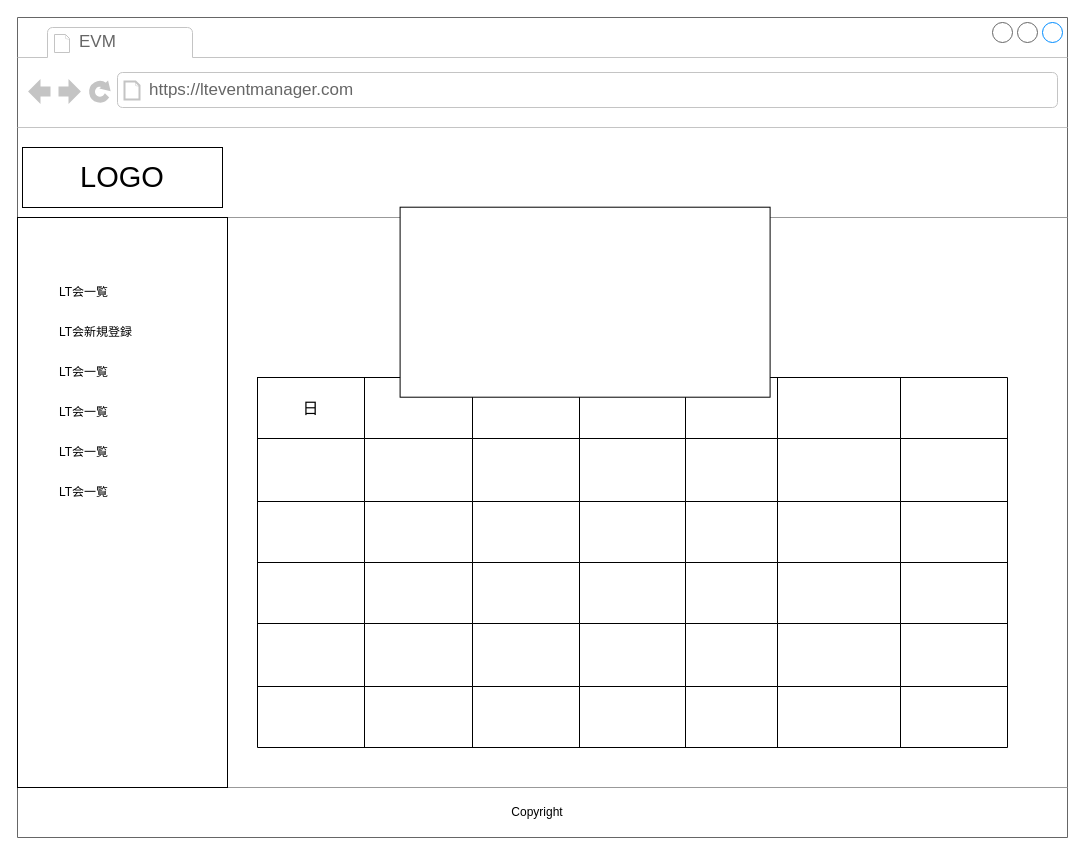
dt-torachan/lteventmanager keeps this draw.io diagram as documents/名称未設定ファイル.drawio. Above is the earlier version. Source tidied: cells renumbered, new cells numbered last; positions are measured from the earlier drawing's top-left corner, leaving out a move shared by most shapes. Both pictures are drawn from the tidied source at 100%, with x=0, y=0 at pixel (17, 17).
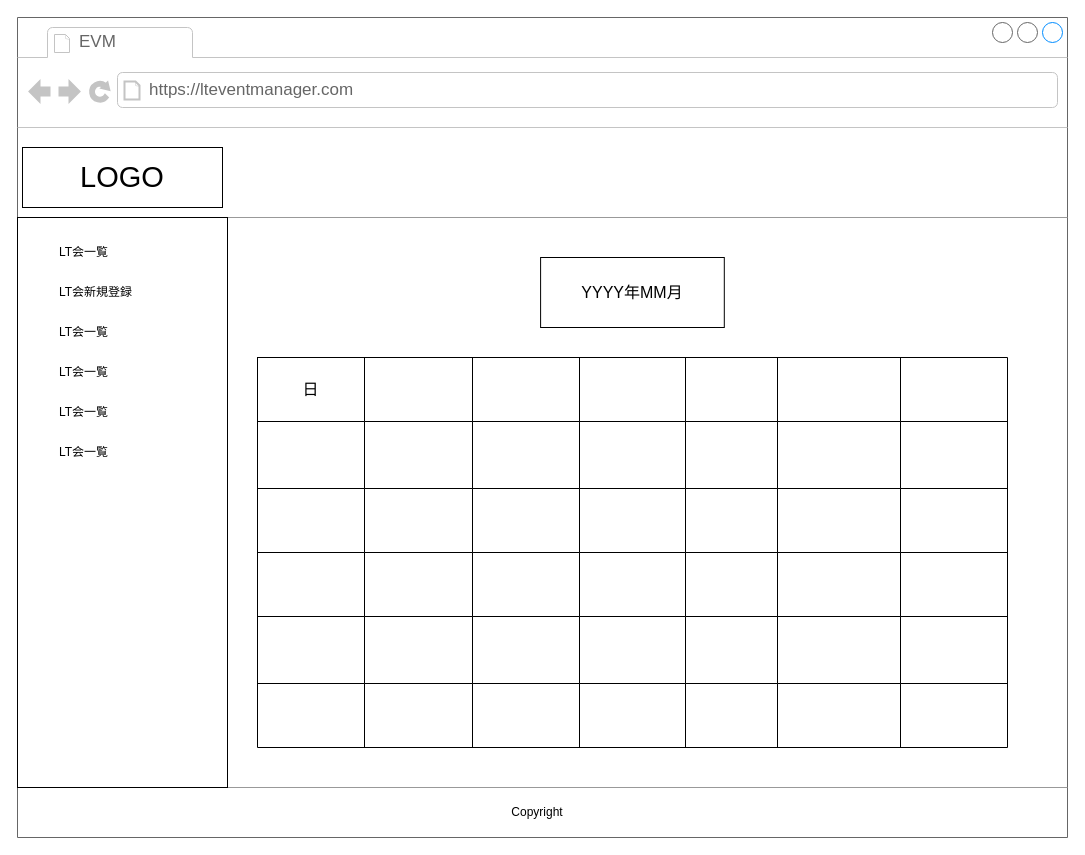
The same page after the edit.

Commit message:
名称未設定ファイル.drawio を更新します

Change to the diagram source:
```diff
@@
     <mxCell id="3" style="shape=table;startSize=0;childLayout=tableLayout;fontSize=16;" parent="1" vertex="1">
-      <mxGeometry x="240" y="360" width="750" height="370" as="geometry" />
+      <mxGeometry x="240" y="340" width="750" height="390" as="geometry" />
     </mxCell>
     <mxCell id="4" style="shape=tableRow;horizontal=0;startSize=0;swimlaneHead=0;swimlaneBody=0;strokeColor=inherit;top=0;left=0;bottom=0;right=0;fillColor=none;fontSize=16;" parent="3" vertex="1">
-      <mxGeometry width="750" height="61" as="geometry" />
+      <mxGeometry width="750" height="64" as="geometry" />
     </mxCell>
     <mxCell id="5" value="日" style="shape=partialRectangle;html=1;whiteSpace=wrap;strokeColor=inherit;overflow=hidden;fillColor=none;top=0;left=0;bottom=0;right=0;fontSize=16;" parent="4" vertex="1">
-      <mxGeometry width="107" height="61" as="geometry" />
+      <mxGeometry width="107" height="64" as="geometry" />
     </mxCell>
     <mxCell id="6" style="shape=partialRectangle;html=1;whiteSpace=wrap;strokeColor=inherit;overflow=hidden;fillColor=none;top=0;left=0;bottom=0;right=0;fontSize=16;" parent="4" vertex="1">
-      <mxGeometry x="107" width="108" height="61" as="geometry" />
+      <mxGeometry x="107" width="108" height="64" as="geometry" />
     </mxCell>
     <mxCell id="7" style="shape=partialRectangle;html=1;whiteSpace=wrap;strokeColor=inherit;overflow=hidden;fillColor=none;top=0;left=0;bottom=0;right=0;fontSize=16;" parent="4" vertex="1">
-      <mxGeometry x="215" width="107" height="61" as="geometry" />
+      <mxGeometry x="215" width="107" height="64" as="geometry" />
     </mxCell>
     <mxCell id="8" style="shape=partialRectangle;html=1;whiteSpace=wrap;strokeColor=inherit;overflow=hidden;fillColor=none;top=0;left=0;bottom=0;right=0;fontSize=16;" parent="4" vertex="1">
-      <mxGeometry x="322" width="106" height="61" as="geometry" />
+      <mxGeometry x="322" width="106" height="64" as="geometry" />
     </mxCell>
     <mxCell id="9" style="shape=partialRectangle;html=1;whiteSpace=wrap;strokeColor=inherit;overflow=hidden;fillColor=none;top=0;left=0;bottom=0;right=0;fontSize=16;" parent="4" vertex="1">
-      <mxGeometry x="428" width="92" height="61" as="geometry" />
+      <mxGeometry x="428" width="92" height="64" as="geometry" />
     </mxCell>
     <mxCell id="10" style="shape=partialRectangle;html=1;whiteSpace=wrap;strokeColor=inherit;overflow=hidden;fillColor=none;top=0;left=0;bottom=0;right=0;fontSize=16;" parent="4" vertex="1">
-      <mxGeometry x="520" width="123" height="61" as="geometry" />
+      <mxGeometry x="520" width="123" height="64" as="geometry" />
     </mxCell>
     <mxCell id="11" style="shape=partialRectangle;html=1;whiteSpace=wrap;strokeColor=inherit;overflow=hidden;fillColor=none;top=0;left=0;bottom=0;right=0;fontSize=16;" parent="4" vertex="1">
-      <mxGeometry x="643" width="107" height="61" as="geometry" />
+      <mxGeometry x="643" width="107" height="64" as="geometry" />
     </mxCell>
     <mxCell id="12" style="shape=tableRow;horizontal=0;startSize=0;swimlaneHead=0;swimlaneBody=0;strokeColor=inherit;top=0;left=0;bottom=0;right=0;fillColor=none;fontSize=16;" parent="3" vertex="1">
-      <mxGeometry y="61" width="750" height="63" as="geometry" />
+      <mxGeometry y="64" width="750" height="67" as="geometry" />
     </mxCell>
     <mxCell id="13" style="shape=partialRectangle;html=1;whiteSpace=wrap;strokeColor=inherit;overflow=hidden;fillColor=none;top=0;left=0;bottom=0;right=0;fontSize=16;" parent="12" vertex="1">
-      <mxGeometry width="107" height="63" as="geometry" />
+      <mxGeometry width="107" height="67" as="geometry" />
     </mxCell>
     <mxCell id="14" style="shape=partialRectangle;html=1;whiteSpace=wrap;strokeColor=inherit;overflow=hidden;fillColor=none;top=0;left=0;bottom=0;right=0;fontSize=16;" parent="12" vertex="1">
-      <mxGeometry x="107" width="108" height="63" as="geometry" />
+      <mxGeometry x="107" width="108" height="67" as="geometry" />
     </mxCell>
     <mxCell id="15" style="shape=partialRectangle;html=1;whiteSpace=wrap;strokeColor=inherit;overflow=hidden;fillColor=none;top=0;left=0;bottom=0;right=0;fontSize=16;" parent="12" vertex="1">
-      <mxGeometry x="215" width="107" height="63" as="geometry" />
+      <mxGeometry x="215" width="107" height="67" as="geometry" />
     </mxCell>
     <mxCell id="16" style="shape=partialRectangle;html=1;whiteSpace=wrap;strokeColor=inherit;overflow=hidden;fillColor=none;top=0;left=0;bottom=0;right=0;fontSize=16;" parent="12" vertex="1">
-      <mxGeometry x="322" width="106" height="63" as="geometry" />
+      <mxGeometry x="322" width="106" height="67" as="geometry" />
     </mxCell>
     <mxCell id="17" style="shape=partialRectangle;html=1;whiteSpace=wrap;strokeColor=inherit;overflow=hidden;fillColor=none;top=0;left=0;bottom=0;right=0;fontSize=16;" parent="12" vertex="1">
-      <mxGeometry x="428" width="92" height="63" as="geometry" />
+      <mxGeometry x="428" width="92" height="67" as="geometry" />
     </mxCell>
     <mxCell id="18" style="shape=partialRectangle;html=1;whiteSpace=wrap;strokeColor=inherit;overflow=hidden;fillColor=none;top=0;left=0;bottom=0;right=0;fontSize=16;" parent="12" vertex="1">
-      <mxGeometry x="520" width="123" height="63" as="geometry" />
+      <mxGeometry x="520" width="123" height="67" as="geometry" />
     </mxCell>
     <mxCell id="19" style="shape=partialRectangle;html=1;whiteSpace=wrap;strokeColor=inherit;overflow=hidden;fillColor=none;top=0;left=0;bottom=0;right=0;fontSize=16;" parent="12" vertex="1">
-      <mxGeometry x="643" width="107" height="63" as="geometry" />
+      <mxGeometry x="643" width="107" height="67" as="geometry" />
     </mxCell>
     <mxCell id="20" style="shape=tableRow;horizontal=0;startSize=0;swimlaneHead=0;swimlaneBody=0;strokeColor=inherit;top=0;left=0;bottom=0;right=0;fillColor=none;fontSize=16;" parent="3" vertex="1">
-      <mxGeometry y="124" width="750" height="61" as="geometry" />
+      <mxGeometry y="131" width="750" height="64" as="geometry" />
     </mxCell>
     <mxCell id="21" style="shape=partialRectangle;html=1;whiteSpace=wrap;strokeColor=inherit;overflow=hidden;fillColor=none;top=0;left=0;bottom=0;right=0;fontSize=16;" parent="20" vertex="1">
-      <mxGeometry width="107" height="61" as="geometry" />
+      <mxGeometry width="107" height="64" as="geometry" />
     </mxCell>
     <mxCell id="22" style="shape=partialRectangle;html=1;whiteSpace=wrap;strokeColor=inherit;overflow=hidden;fillColor=none;top=0;left=0;bottom=0;right=0;fontSize=16;" parent="20" vertex="1">
-      <mxGeometry x="107" width="108" height="61" as="geometry" />
+      <mxGeometry x="107" width="108" height="64" as="geometry" />
     </mxCell>
     <mxCell id="23" style="shape=partialRectangle;html=1;whiteSpace=wrap;strokeColor=inherit;overflow=hidden;fillColor=none;top=0;left=0;bottom=0;right=0;fontSize=16;" parent="20" vertex="1">
-      <mxGeometry x="215" width="107" height="61" as="geometry" />
+      <mxGeometry x="215" width="107" height="64" as="geometry" />
     </mxCell>
     <mxCell id="24" style="shape=partialRectangle;html=1;whiteSpace=wrap;strokeColor=inherit;overflow=hidden;fillColor=none;top=0;left=0;bottom=0;right=0;fontSize=16;" parent="20" vertex="1">
-      <mxGeometry x="322" width="106" height="61" as="geometry" />
+      <mxGeometry x="322" width="106" height="64" as="geometry" />
     </mxCell>
     <mxCell id="25" style="shape=partialRectangle;html=1;whiteSpace=wrap;strokeColor=inherit;overflow=hidden;fillColor=none;top=0;left=0;bottom=0;right=0;fontSize=16;" parent="20" vertex="1">
-      <mxGeometry x="428" width="92" height="61" as="geometry" />
+      <mxGeometry x="428" width="92" height="64" as="geometry" />
     </mxCell>
     <mxCell id="26" style="shape=partialRectangle;html=1;whiteSpace=wrap;strokeColor=inherit;overflow=hidden;fillColor=none;top=0;left=0;bottom=0;right=0;fontSize=16;" parent="20" vertex="1">
-      <mxGeometry x="520" width="123" height="61" as="geometry" />
+      <mxGeometry x="520" width="123" height="64" as="geometry" />
     </mxCell>
     <mxCell id="27" style="shape=partialRectangle;html=1;whiteSpace=wrap;strokeColor=inherit;overflow=hidden;fillColor=none;top=0;left=0;bottom=0;right=0;fontSize=16;" parent="20" vertex="1">
-      <mxGeometry x="643" width="107" height="61" as="geometry" />
+      <mxGeometry x="643" width="107" height="64" as="geometry" />
     </mxCell>
     <mxCell id="28" style="shape=tableRow;horizontal=0;startSize=0;swimlaneHead=0;swimlaneBody=0;strokeColor=inherit;top=0;left=0;bottom=0;right=0;fillColor=none;fontSize=16;" parent="3" vertex="1">
-      <mxGeometry y="185" width="750" height="61" as="geometry" />
+      <mxGeometry y="195" width="750" height="64" as="geometry" />
     </mxCell>
     <mxCell id="29" style="shape=partialRectangle;html=1;whiteSpace=wrap;strokeColor=inherit;overflow=hidden;fillColor=none;top=0;left=0;bottom=0;right=0;fontSize=16;" parent="28" vertex="1">
-      <mxGeometry width="107" height="61" as="geometry" />
+      <mxGeometry width="107" height="64" as="geometry" />
     </mxCell>
     <mxCell id="30" style="shape=partialRectangle;html=1;whiteSpace=wrap;strokeColor=inherit;overflow=hidden;fillColor=none;top=0;left=0;bottom=0;right=0;fontSize=16;" parent="28" vertex="1">
-      <mxGeometry x="107" width="108" height="61" as="geometry" />
+      <mxGeometry x="107" width="108" height="64" as="geometry" />
     </mxCell>
     <mxCell id="31" style="shape=partialRectangle;html=1;whiteSpace=wrap;strokeColor=inherit;overflow=hidden;fillColor=none;top=0;left=0;bottom=0;right=0;fontSize=16;" parent="28" vertex="1">
-      <mxGeometry x="215" width="107" height="61" as="geometry" />
+      <mxGeometry x="215" width="107" height="64" as="geometry" />
     </mxCell>
     <mxCell id="32" style="shape=partialRectangle;html=1;whiteSpace=wrap;strokeColor=inherit;overflow=hidden;fillColor=none;top=0;left=0;bottom=0;right=0;fontSize=16;" parent="28" vertex="1">
-      <mxGeometry x="322" width="106" height="61" as="geometry" />
+      <mxGeometry x="322" width="106" height="64" as="geometry" />
     </mxCell>
     <mxCell id="33" style="shape=partialRectangle;html=1;whiteSpace=wrap;strokeColor=inherit;overflow=hidden;fillColor=none;top=0;left=0;bottom=0;right=0;fontSize=16;" parent="28" vertex="1">
-      <mxGeometry x="428" width="92" height="61" as="geometry" />
+      <mxGeometry x="428" width="92" height="64" as="geometry" />
     </mxCell>
     <mxCell id="34" style="shape=partialRectangle;html=1;whiteSpace=wrap;strokeColor=inherit;overflow=hidden;fillColor=none;top=0;left=0;bottom=0;right=0;fontSize=16;" parent="28" vertex="1">
-      <mxGeometry x="520" width="123" height="61" as="geometry" />
+      <mxGeometry x="520" width="123" height="64" as="geometry" />
     </mxCell>
     <mxCell id="35" style="shape=partialRectangle;html=1;whiteSpace=wrap;strokeColor=inherit;overflow=hidden;fillColor=none;top=0;left=0;bottom=0;right=0;fontSize=16;" parent="28" vertex="1">
-      <mxGeometry x="643" width="107" height="61" as="geometry" />
+      <mxGeometry x="643" width="107" height="64" as="geometry" />
     </mxCell>
     <mxCell id="36" style="shape=tableRow;horizontal=0;startSize=0;swimlaneHead=0;swimlaneBody=0;strokeColor=inherit;top=0;left=0;bottom=0;right=0;fillColor=none;fontSize=16;" parent="3" vertex="1">
-      <mxGeometry y="246" width="750" height="63" as="geometry" />
+      <mxGeometry y="259" width="750" height="67" as="geometry" />
     </mxCell>
     <mxCell id="37" style="shape=partialRectangle;html=1;whiteSpace=wrap;strokeColor=inherit;overflow=hidden;fillColor=none;top=0;left=0;bottom=0;right=0;fontSize=16;" parent="36" vertex="1">
-      <mxGeometry width="107" height="63" as="geometry" />
+      <mxGeometry width="107" height="67" as="geometry" />
     </mxCell>
     <mxCell id="38" style="shape=partialRectangle;html=1;whiteSpace=wrap;strokeColor=inherit;overflow=hidden;fillColor=none;top=0;left=0;bottom=0;right=0;fontSize=16;" parent="36" vertex="1">
-      <mxGeometry x="107" width="108" height="63" as="geometry" />
+      <mxGeometry x="107" width="108" height="67" as="geometry" />
     </mxCell>
     <mxCell id="39" style="shape=partialRectangle;html=1;whiteSpace=wrap;strokeColor=inherit;overflow=hidden;fillColor=none;top=0;left=0;bottom=0;right=0;fontSize=16;" parent="36" vertex="1">
-      <mxGeometry x="215" width="107" height="63" as="geometry" />
+      <mxGeometry x="215" width="107" height="67" as="geometry" />
     </mxCell>
     <mxCell id="40" style="shape=partialRectangle;html=1;whiteSpace=wrap;strokeColor=inherit;overflow=hidden;fillColor=none;top=0;left=0;bottom=0;right=0;fontSize=16;" parent="36" vertex="1">
-      <mxGeometry x="322" width="106" height="63" as="geometry" />
+      <mxGeometry x="322" width="106" height="67" as="geometry" />
     </mxCell>
     <mxCell id="41" style="shape=partialRectangle;html=1;whiteSpace=wrap;strokeColor=inherit;overflow=hidden;fillColor=none;top=0;left=0;bottom=0;right=0;fontSize=16;" parent="36" vertex="1">
-      <mxGeometry x="428" width="92" height="63" as="geometry" />
+      <mxGeometry x="428" width="92" height="67" as="geometry" />
     </mxCell>
     <mxCell id="42" style="shape=partialRectangle;html=1;whiteSpace=wrap;strokeColor=inherit;overflow=hidden;fillColor=none;top=0;left=0;bottom=0;right=0;fontSize=16;" parent="36" vertex="1">
-      <mxGeometry x="520" width="123" height="63" as="geometry" />
+      <mxGeometry x="520" width="123" height="67" as="geometry" />
     </mxCell>
     <mxCell id="43" style="shape=partialRectangle;html=1;whiteSpace=wrap;strokeColor=inherit;overflow=hidden;fillColor=none;top=0;left=0;bottom=0;right=0;fontSize=16;" parent="36" vertex="1">
-      <mxGeometry x="643" width="107" height="63" as="geometry" />
+      <mxGeometry x="643" width="107" height="67" as="geometry" />
     </mxCell>
     <mxCell id="44" style="shape=tableRow;horizontal=0;startSize=0;swimlaneHead=0;swimlaneBody=0;strokeColor=inherit;top=0;left=0;bottom=0;right=0;fillColor=none;fontSize=16;" parent="3" vertex="1">
-      <mxGeometry y="309" width="750" height="61" as="geometry" />
+      <mxGeometry y="326" width="750" height="64" as="geometry" />
     </mxCell>
     <mxCell id="45" style="shape=partialRectangle;html=1;whiteSpace=wrap;strokeColor=inherit;overflow=hidden;fillColor=none;top=0;left=0;bottom=0;right=0;fontSize=16;" parent="44" vertex="1">
-      <mxGeometry width="107" height="61" as="geometry" />
+      <mxGeometry width="107" height="64" as="geometry" />
     </mxCell>
     <mxCell id="46" style="shape=partialRectangle;html=1;whiteSpace=wrap;strokeColor=inherit;overflow=hidden;fillColor=none;top=0;left=0;bottom=0;right=0;fontSize=16;" parent="44" vertex="1">
-      <mxGeometry x="107" width="108" height="61" as="geometry" />
+      <mxGeometry x="107" width="108" height="64" as="geometry" />
     </mxCell>
     <mxCell id="47" style="shape=partialRectangle;html=1;whiteSpace=wrap;strokeColor=inherit;overflow=hidden;fillColor=none;top=0;left=0;bottom=0;right=0;fontSize=16;" parent="44" vertex="1">
-      <mxGeometry x="215" width="107" height="61" as="geometry" />
+      <mxGeometry x="215" width="107" height="64" as="geometry" />
     </mxCell>
     <mxCell id="48" style="shape=partialRectangle;html=1;whiteSpace=wrap;strokeColor=inherit;overflow=hidden;fillColor=none;top=0;left=0;bottom=0;right=0;fontSize=16;" parent="44" vertex="1">
-      <mxGeometry x="322" width="106" height="61" as="geometry" />
+      <mxGeometry x="322" width="106" height="64" as="geometry" />
     </mxCell>
     <mxCell id="49" style="shape=partialRectangle;html=1;whiteSpace=wrap;strokeColor=inherit;overflow=hidden;fillColor=none;top=0;left=0;bottom=0;right=0;fontSize=16;" parent="44" vertex="1">
-      <mxGeometry x="428" width="92" height="61" as="geometry" />
+      <mxGeometry x="428" width="92" height="64" as="geometry" />
     </mxCell>
     <mxCell id="50" style="shape=partialRectangle;html=1;whiteSpace=wrap;strokeColor=inherit;overflow=hidden;fillColor=none;top=0;left=0;bottom=0;right=0;fontSize=16;" parent="44" vertex="1">
-      <mxGeometry x="520" width="123" height="61" as="geometry" />
+      <mxGeometry x="520" width="123" height="64" as="geometry" />
     </mxCell>
     <mxCell id="51" style="shape=partialRectangle;html=1;whiteSpace=wrap;strokeColor=inherit;overflow=hidden;fillColor=none;top=0;left=0;bottom=0;right=0;fontSize=16;" parent="44" vertex="1">
-      <mxGeometry x="643" width="107" height="61" as="geometry" />
+      <mxGeometry x="643" width="107" height="64" as="geometry" />
     </mxCell>
@@
     <mxCell id="59" value="LT会一覧" style="text;html=1;strokeColor=none;fillColor=none;align=left;verticalAlign=middle;whiteSpace=wrap;rounded=0;" parent="1" vertex="1">
-      <mxGeometry x="40" y="260" width="130" height="30" as="geometry" />
+      <mxGeometry x="40" y="220" width="130" height="30" as="geometry" />
     </mxCell>
     <mxCell id="60" value="LT会新規登録" style="text;html=1;strokeColor=none;fillColor=none;align=left;verticalAlign=middle;whiteSpace=wrap;rounded=0;" parent="1" vertex="1">
-      <mxGeometry x="40" y="300" width="130" height="30" as="geometry" />
+      <mxGeometry x="40" y="260" width="130" height="30" as="geometry" />
     </mxCell>
     <mxCell id="61" value="LT会一覧" style="text;html=1;strokeColor=none;fillColor=none;align=left;verticalAlign=middle;whiteSpace=wrap;rounded=0;" parent="1" vertex="1">
-      <mxGeometry x="40" y="340" width="130" height="30" as="geometry" />
+      <mxGeometry x="40" y="300" width="130" height="30" as="geometry" />
     </mxCell>
     <mxCell id="62" value="LT会一覧" style="text;html=1;strokeColor=none;fillColor=none;align=left;verticalAlign=middle;whiteSpace=wrap;rounded=0;" parent="1" vertex="1">
-      <mxGeometry x="40" y="380" width="130" height="30" as="geometry" />
+      <mxGeometry x="40" y="340" width="130" height="30" as="geometry" />
     </mxCell>
     <mxCell id="63" value="LT会一覧" style="text;html=1;strokeColor=none;fillColor=none;align=left;verticalAlign=middle;whiteSpace=wrap;rounded=0;" parent="1" vertex="1">
-      <mxGeometry x="40" y="420" width="130" height="30" as="geometry" />
+      <mxGeometry x="40" y="380" width="130" height="30" as="geometry" />
     </mxCell>
     <mxCell id="64" value="LT会一覧" style="text;html=1;strokeColor=none;fillColor=none;align=left;verticalAlign=middle;whiteSpace=wrap;rounded=0;" parent="1" vertex="1">
-      <mxGeometry x="40" y="460" width="130" height="30" as="geometry" />
+      <mxGeometry x="40" y="420" width="130" height="30" as="geometry" />
     </mxCell>
-    <mxCell id="65" style="whiteSpace=wrap;html=1;fontSize=16;rotation=0;" parent="1" vertex="1">
-      <mxGeometry x="382.6" y="189.7" width="370" height="190" as="geometry" />
+    <mxCell id="65" value="YYYY年MM月" style="whiteSpace=wrap;html=1;fontSize=16;rotation=0;" parent="1" vertex="1">
+      <mxGeometry x="523.1" y="240" width="183.7" height="70" as="geometry" />
     </mxCell>
```
